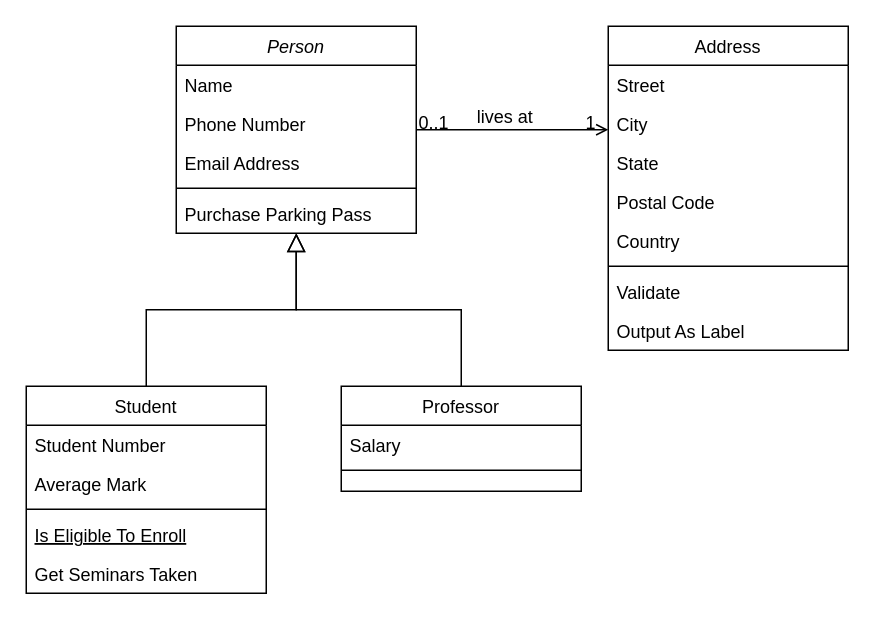
This is dynamic/未命名绘图.drawio from baiseng/CloudMusic, a draw.io file, before an edit. Source tidied: cells renumbered, new cells numbered last; positions are measured from the earlier drawing's top-left corner, leaving out a move shared by most shapes. Both pictures are drawn from the tidied source at 150%, with x=0, y=0 at pixel (26, 26).
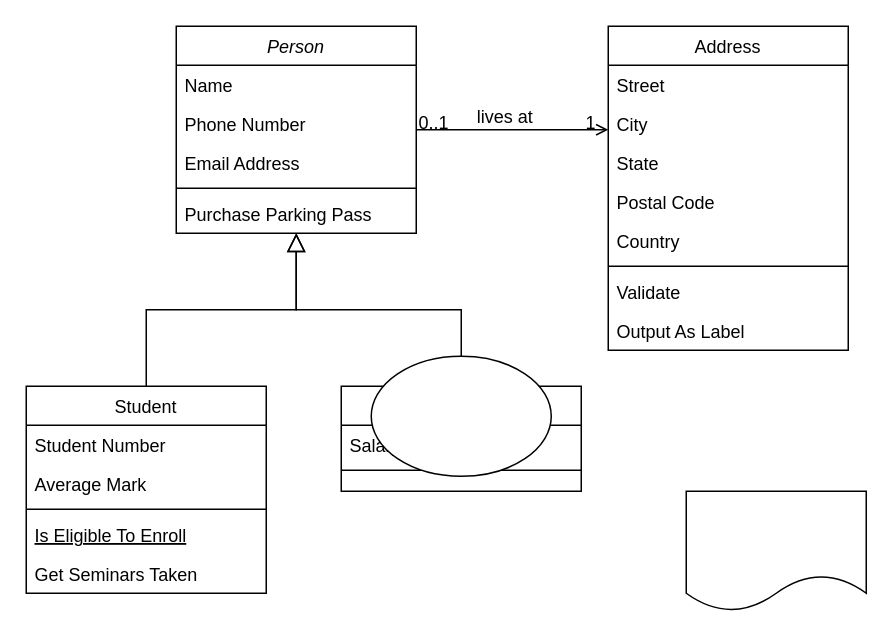
The same diagram, later.

Commit message:
更新未命名绘图.drawio

Change to the diagram source:
```diff
@@
+    <mxCell id="32" style="ellipse;whiteSpace=wrap;html=1;" parent="1" vertex="1">
+      <mxGeometry x="230" y="220" width="120" height="80" as="geometry" />
+    </mxCell>
+    <mxCell id="33" style="shape=document;whiteSpace=wrap;html=1;boundedLbl=1;" parent="1" vertex="1">
+      <mxGeometry x="440" y="310" width="120" height="80" as="geometry" />
+    </mxCell>
```
